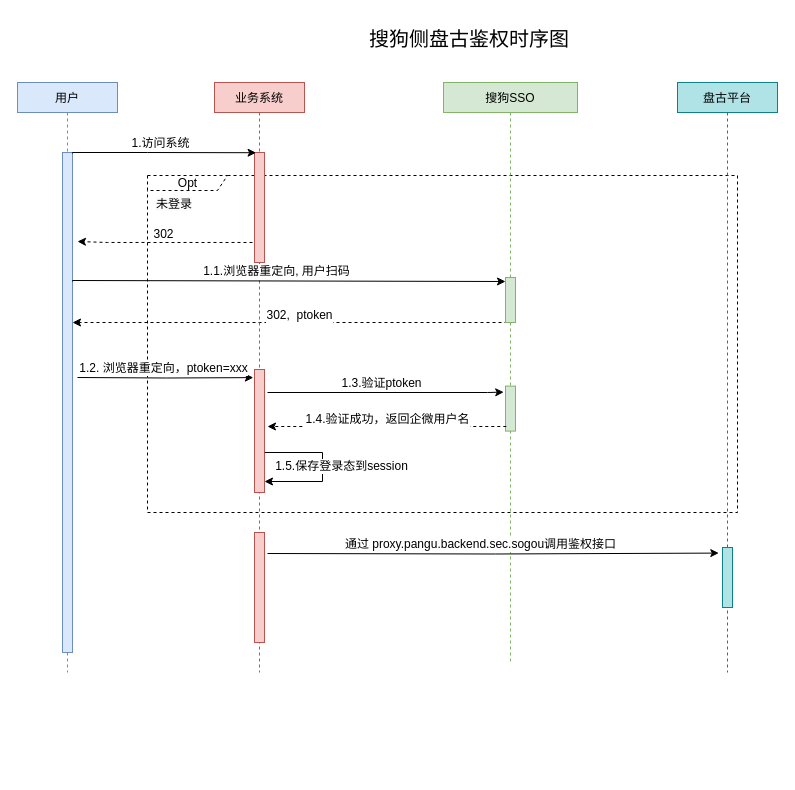
The draw.io diagram pangu.drawio in icesyc/diagram, before the edit. Source tidied: cells renumbered, new cells numbered last; positions are measured from the earlier drawing's top-left corner, leaving out a move shared by most shapes. Both pictures are drawn from the tidied source at 100%, with x=0, y=0 at pixel (17, 17).
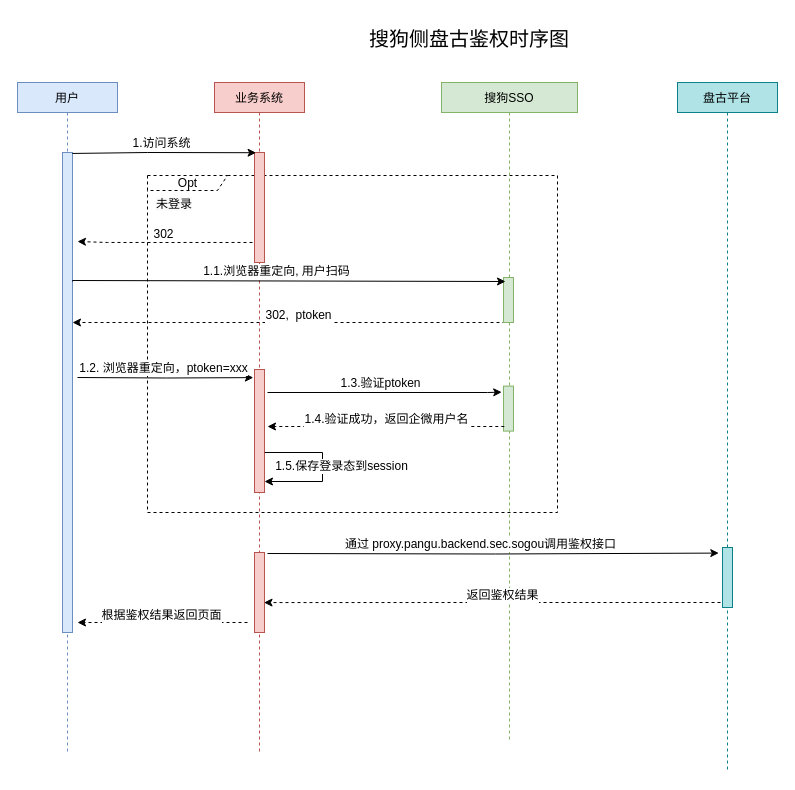
The same diagram, later.

What changed in the source:
```diff
@@
     <mxCell id="2" value="Opt" style="shape=umlFrame;tabWidth=110;tabHeight=30;tabPosition=left;html=1;boundedLbl=1;labelInHeader=1;width=80;height=15;shadow=0;dashed=1;labelBackgroundColor=none;labelBorderColor=none;fontSize=12;fontColor=default;fillColor=none;swimlaneFillColor=none;" parent="1" vertex="1">
-      <mxGeometry x="130" y="158" width="590" height="337" as="geometry" />
+      <mxGeometry x="130" y="158" width="410" height="337" as="geometry" />
     </mxCell>
     <mxCell id="3" value="用户" style="shape=umlLifeline;perimeter=lifelinePerimeter;rounded=0;shadow=0;strokeWidth=1;size=30;fillColor=#dae8fc;strokeColor=#6c8ebf;" parent="1" vertex="1">
-      <mxGeometry y="65" width="100" height="590" as="geometry" />
+      <mxGeometry y="65" width="100" height="670" as="geometry" />
     </mxCell>
     <mxCell id="4" style="points=[];perimeter=orthogonalPerimeter;rounded=0;shadow=0;strokeWidth=1;fillColor=#dae8fc;strokeColor=#6c8ebf;" parent="3" vertex="1">
-      <mxGeometry x="45" y="70" width="10" height="500" as="geometry" />
+      <mxGeometry x="45" y="70" width="10" height="480" as="geometry" />
     </mxCell>
@@
     <mxCell id="7" value="业务系统" style="shape=umlLifeline;perimeter=lifelinePerimeter;rounded=0;shadow=0;strokeWidth=1;size=30;fillColor=#f8cecc;strokeColor=#b85450;" parent="1" vertex="1">
-      <mxGeometry x="197" y="65" width="90" height="590" as="geometry" />
+      <mxGeometry x="197" y="65" width="90" height="670" as="geometry" />
     </mxCell>
@@
     <mxCell id="10" style="points=[];perimeter=orthogonalPerimeter;rounded=0;shadow=0;strokeWidth=1;fillColor=#f8cecc;strokeColor=#b85450;" parent="7" vertex="1">
-      <mxGeometry x="40" y="450" width="10" height="110" as="geometry" />
+      <mxGeometry x="40" y="470" width="10" height="80" as="geometry" />
     </mxCell>
     <mxCell id="11" value="搜狗SSO" style="shape=umlLifeline;perimeter=lifelinePerimeter;rounded=0;shadow=0;strokeWidth=1;size=30;fillColor=#d5e8d4;strokeColor=#82b366;" parent="1" vertex="1">
-      <mxGeometry x="426" y="65" width="134" height="580" as="geometry" />
+      <mxGeometry x="424" y="65" width="136" height="660" as="geometry" />
     </mxCell>
@@
+    <mxCell id="34" style="edgeStyle=elbowEdgeStyle;rounded=0;jettySize=auto;html=1;labelBackgroundColor=none;fontSize=12;fontColor=default;startArrow=none;startFill=0;endArrow=classic;endFill=1;strokeColor=#000000;strokeWidth=1;dashed=1;exitX=0.2;exitY=1;exitDx=0;exitDy=0;exitPerimeter=0;entryX=0.952;entryY=0.626;entryDx=0;entryDy=0;entryPerimeter=0;" parent="11" edge="1" target="10">
+      <mxGeometry relative="1" as="geometry">
+        <mxPoint x="279" y="520" as="sourcePoint" />
+      </mxGeometry>
+    </mxCell>
+    <mxCell id="35" value="返回鉴权结果" style="edgeLabel;html=1;align=center;verticalAlign=middle;fontSize=12;fontColor=default;" parent="34" vertex="1">
+      <mxGeometry x="-0.08" y="1" relative="1" as="geometry">
+        <mxPoint x="-9" y="-9" as="offset" />
+      </mxGeometry>
+    </mxCell>
@@
     <mxCell id="16" value="盘古平台" style="shape=umlLifeline;perimeter=lifelinePerimeter;rounded=0;shadow=0;strokeWidth=1;size=30;fillColor=#b0e3e6;strokeColor=#0e8088;" parent="1" vertex="1">
-      <mxGeometry x="660" y="65" width="100" height="590" as="geometry" />
+      <mxGeometry x="660" y="65" width="100" height="690" as="geometry" />
     </mxCell>
@@
+    <mxCell id="36" style="edgeStyle=elbowEdgeStyle;rounded=0;orthogonalLoop=1;jettySize=auto;html=1;labelBackgroundColor=none;fontSize=12;fontColor=default;startArrow=none;startFill=0;endArrow=classic;endFill=1;strokeColor=#000000;strokeWidth=1;dashed=1;entryX=0.952;entryY=0.626;entryDx=0;entryDy=0;entryPerimeter=0;" parent="1" edge="1">
+      <mxGeometry relative="1" as="geometry">
+        <mxPoint x="230" y="605" as="sourcePoint" />
+        <mxPoint x="60" y="605" as="targetPoint" />
+      </mxGeometry>
+    </mxCell>
+    <mxCell id="37" value="根据鉴权结果返回页面" style="edgeLabel;html=1;align=center;verticalAlign=middle;fontSize=12;fontColor=default;" parent="36" vertex="1">
+      <mxGeometry x="-0.08" y="1" relative="1" as="geometry">
+        <mxPoint x="-9" y="-9" as="offset" />
+      </mxGeometry>
+    </mxCell>
```
